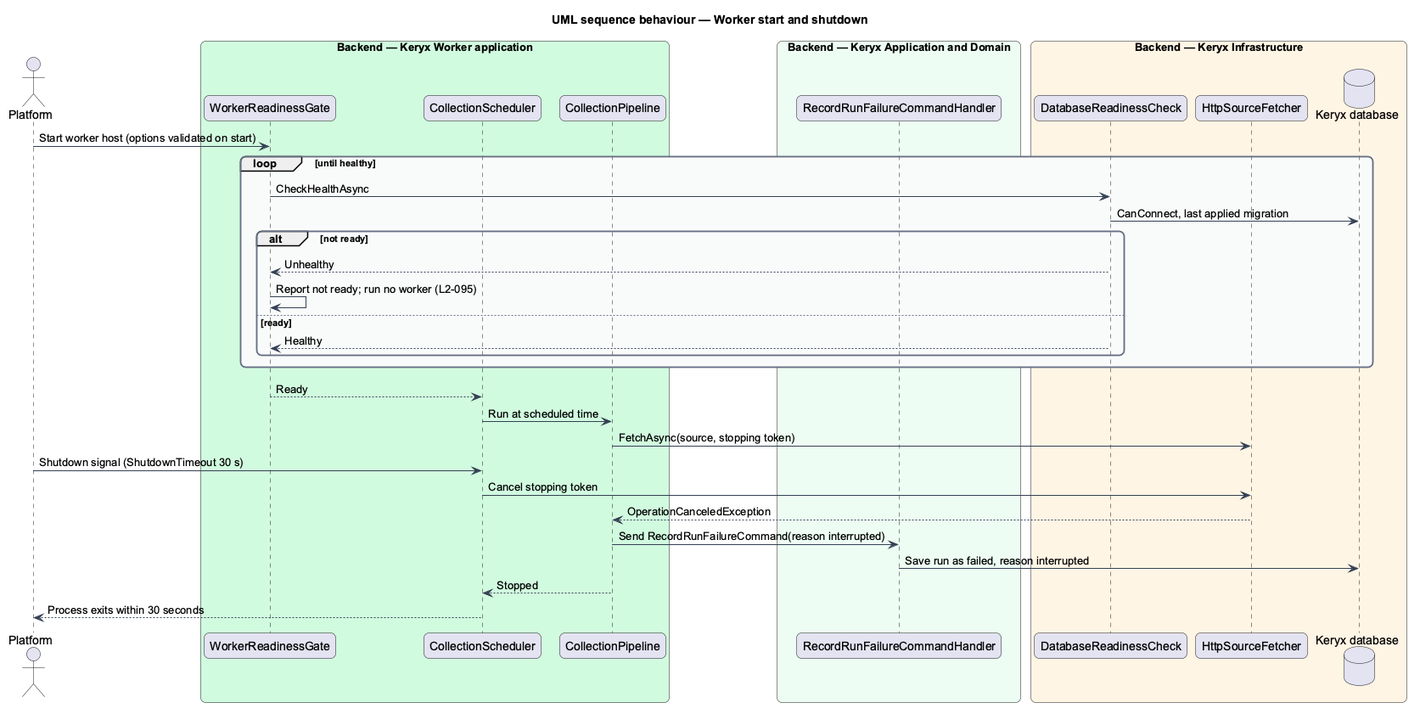
Above: docs/detailed-designs/operations/health-migrations-and-configuration/diagrams/sequence-worker-lifecycle.png in QuinntyneBrown/keryx (PlantUML), before the change.
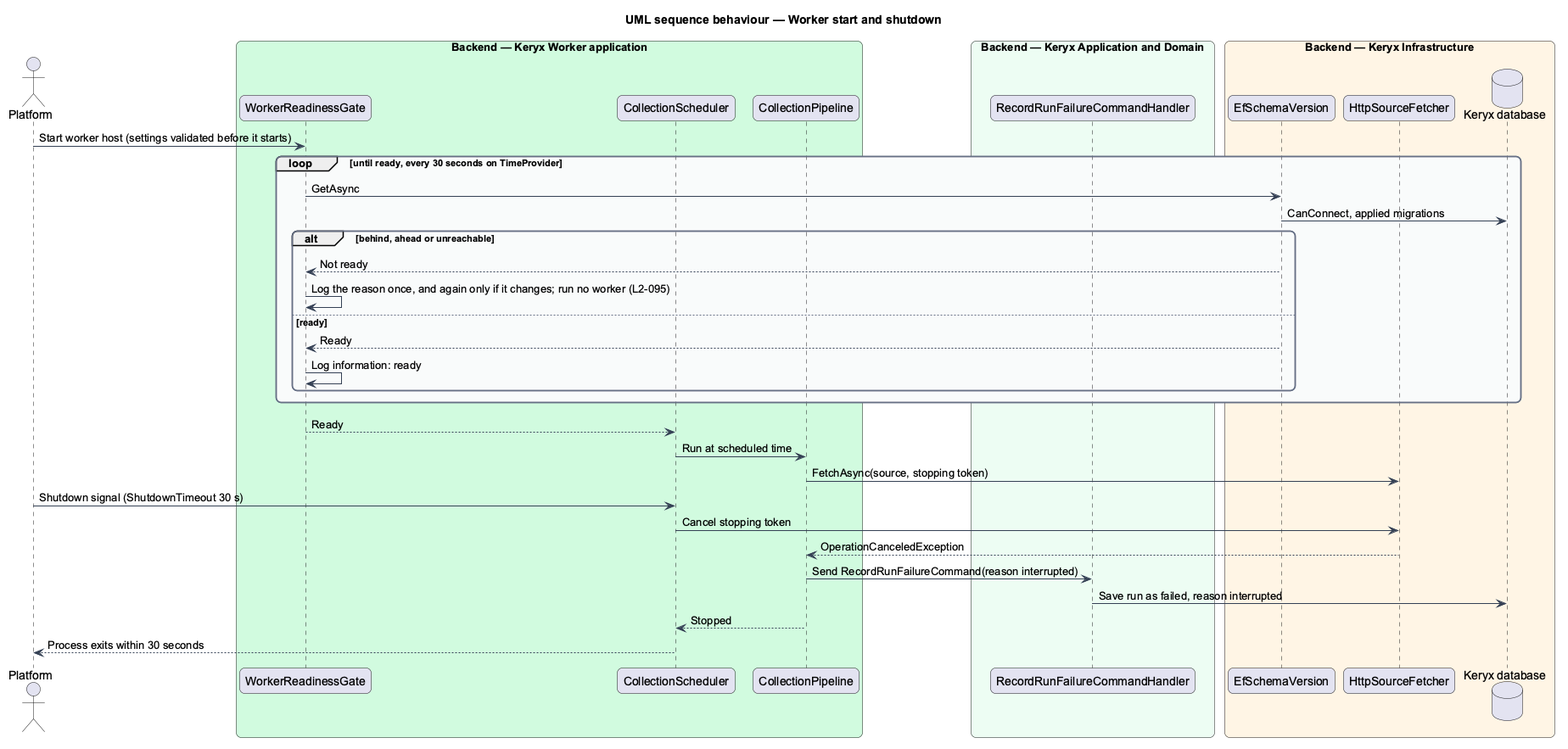
After the commit.

Diff of the diagram source:
```diff
@@ -24,19 +24,20 @@
   participant "RecordRunFailureCommandHandler" as fail
 end box
 box "Backend — Keryx Infrastructure" #FFF4E5
-  participant "DatabaseReadinessCheck" as check
+  participant "EfSchemaVersion" as schema
   participant "HttpSourceFetcher" as fetch
   database "Keryx database" as db
 end box
-plat -> gate : Start worker host (options validated on start)
-loop until healthy
-  gate -> check : CheckHealthAsync
-  check -> db : CanConnect, last applied migration
-  alt not ready
-    check --> gate : Unhealthy
-    gate -> gate : Report not ready; run no worker (L2-095)
+plat -> gate : Start worker host (settings validated before it starts)
+loop until ready, every 30 seconds on TimeProvider
+  gate -> schema : GetAsync
+  schema -> db : CanConnect, applied migrations
+  alt behind, ahead or unreachable
+    schema --> gate : Not ready
+    gate -> gate : Log the reason once, and again only if it changes; run no worker (L2-095)
   else ready
-    check --> gate : Healthy
+    schema --> gate : Ready
+    gate -> gate : Log information: ready
   end
 end
 gate --> sched : Ready
```
